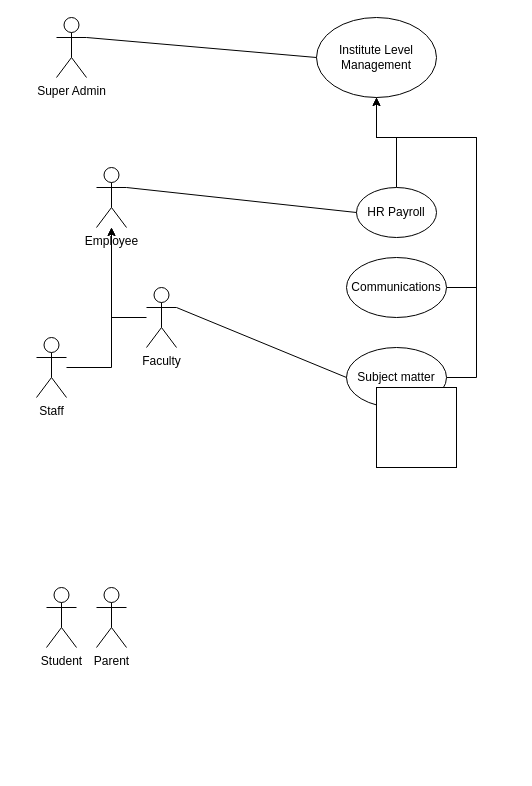
This is Eduga_User_Flow.drawio from prasad-asundi/Project1, a draw.io file, before an edit. Source tidied: cells renumbered, new cells numbered last; positions are measured from the earlier drawing's top-left corner, leaving out a move shared by most shapes. Both pictures are drawn from the tidied source at 100%, with x=0, y=0 at pixel (36, 17).
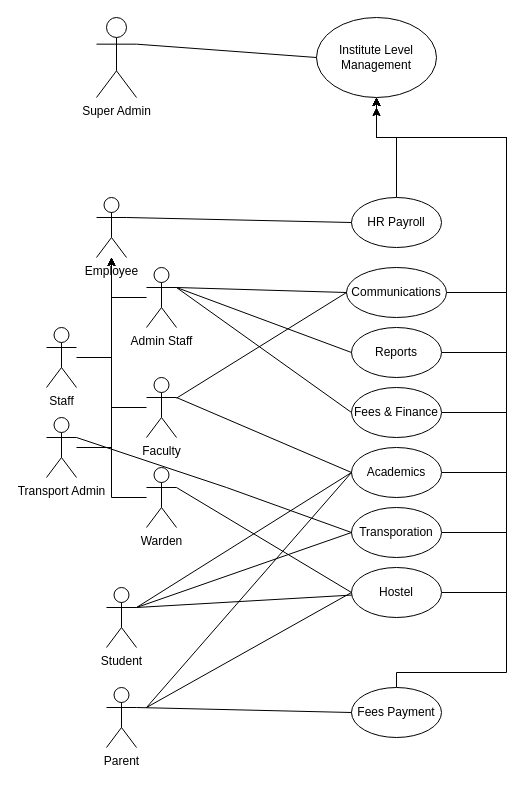
After the change.

Unchanged cells that the change refers to:
```xml
<mxCell id="16" value="Institute Level Management" style="ellipse;whiteSpace=wrap;html=1;" parent="1" vertex="1">
  <mxGeometry x="280" width="120" height="80" as="geometry" />
</mxCell>
```

Change to the diagram source:
```diff
@@
-    <mxCell id="2" value="&lt;div&gt;Super Admin&lt;/div&gt;" style="shape=umlActor;verticalLabelPosition=bottom;verticalAlign=top;html=1;outlineConnect=0;" parent="1" vertex="1">
-      <mxGeometry x="20" width="30" height="60" as="geometry" />
+    <mxCell id="2" value="&lt;div&gt;Super Admin&lt;/div&gt;" style="shape=umlActor;verticalLabelPosition=bottom;verticalAlign=top;html=1;outlineConnect=0;fillColor=light-dark(#FFFFFF,#FF300E);" parent="1" vertex="1">
+      <mxGeometry x="60" width="40" height="80" as="geometry" />
     </mxCell>
@@
     <mxCell id="4" value="HR Payroll" style="ellipse;whiteSpace=wrap;html=1;" parent="1" vertex="1">
-      <mxGeometry x="320" y="170" width="80" height="50" as="geometry" />
+      <mxGeometry x="315" y="180" width="90" height="50" as="geometry" />
     </mxCell>
@@
     <mxCell id="6" value="&lt;div&gt;Faculty&lt;/div&gt;" style="shape=umlActor;verticalLabelPosition=bottom;verticalAlign=top;html=1;outlineConnect=0;" parent="1" vertex="1">
-      <mxGeometry x="110" y="270" width="30" height="60" as="geometry" />
+      <mxGeometry x="110" y="360" width="30" height="60" as="geometry" />
     </mxCell>
     <mxCell id="7" value="Parent" style="shape=umlActor;verticalLabelPosition=bottom;verticalAlign=top;html=1;outlineConnect=0;" parent="1" vertex="1">
-      <mxGeometry x="60" y="570" width="30" height="60" as="geometry" />
+      <mxGeometry x="70" y="670" width="30" height="60" as="geometry" />
     </mxCell>
     <mxCell id="8" value="Student" style="shape=umlActor;verticalLabelPosition=bottom;verticalAlign=top;html=1;outlineConnect=0;" parent="1" vertex="1">
-      <mxGeometry x="10" y="570" width="30" height="60" as="geometry" />
+      <mxGeometry x="70" y="570" width="30" height="60" as="geometry" />
     </mxCell>
@@
     <mxCell id="10" value="Staff" style="shape=umlActor;verticalLabelPosition=bottom;verticalAlign=top;html=1;outlineConnect=0;" parent="1" vertex="1">
-      <mxGeometry y="320" width="30" height="60" as="geometry" />
+      <mxGeometry x="10" y="310" width="30" height="60" as="geometry" />
     </mxCell>
     <mxCell id="11" value="Employee" style="shape=umlActor;verticalLabelPosition=bottom;verticalAlign=top;html=1;outlineConnect=0;" parent="1" vertex="1">
-      <mxGeometry x="60" y="150" width="30" height="60" as="geometry" />
+      <mxGeometry x="60" y="180" width="30" height="60" as="geometry" />
     </mxCell>
@@
-    <mxCell id="13" style="edgeStyle=orthogonalEdgeStyle;rounded=0;jettySize=auto;html=1;" parent="1" edge="1" source="14">
-      <mxGeometry relative="1" as="geometry">
-        <mxPoint x="340" y="70" as="targetPoint" />
-        <Array as="points">
-          <mxPoint x="440" y="360" />
-          <mxPoint x="440" y="120" />
-          <mxPoint x="340" y="120" />
-        </Array>
-      </mxGeometry>
-    </mxCell>
+    <mxCell id="21" style="edgeStyle=orthogonalEdgeStyle;rounded=0;jettySize=auto;html=1;" parent="1" edge="1" source="14">
+      <mxGeometry relative="1" as="geometry">
+        <mxPoint x="340" y="80" as="targetPoint" />
+        <Array as="points">
+          <mxPoint x="470" y="455" />
+          <mxPoint x="470" y="120" />
+          <mxPoint x="340" y="120" />
+        </Array>
+      </mxGeometry>
+    </mxCell>
-    <mxCell id="14" value="Subject matter" style="ellipse;whiteSpace=wrap;html=1;" parent="1" vertex="1">
-      <mxGeometry x="310" y="330" width="100" height="60" as="geometry" />
+    <mxCell id="14" value="Academics" style="ellipse;whiteSpace=wrap;html=1;" parent="1" vertex="1">
+      <mxGeometry x="315" y="430" width="90" height="50" as="geometry" />
     </mxCell>
@@
     <mxCell id="18" style="edgeStyle=orthogonalEdgeStyle;rounded=0;jettySize=auto;html=1;" parent="1" edge="1" source="19" target="16">
       <mxGeometry relative="1" as="geometry">
         <Array as="points">
-          <mxPoint x="440" y="270" />
-          <mxPoint x="440" y="120" />
+          <mxPoint x="470" y="275" />
+          <mxPoint x="470" y="120" />
           <mxPoint x="340" y="120" />
         </Array>
       </mxGeometry>
     </mxCell>
     <mxCell id="19" value="Communications" style="ellipse;whiteSpace=wrap;html=1;" parent="1" vertex="1">
-      <mxGeometry x="310" y="240" width="100" height="60" as="geometry" />
+      <mxGeometry x="310" y="250" width="100" height="50" as="geometry" />
     </mxCell>
-    <mxCell id="20" style="whiteSpace=wrap;html=1;" parent="1" vertex="1">
-      <mxGeometry x="340" y="370" width="80" height="80" as="geometry" />
-    </mxCell>
+    <mxCell id="22" style="edgeStyle=orthogonalEdgeStyle;rounded=0;jettySize=auto;html=1;" parent="1" edge="1" source="23">
+      <mxGeometry relative="1" as="geometry">
+        <mxPoint x="340" y="90" as="targetPoint" />
+        <Array as="points">
+          <mxPoint x="470" y="655" />
+          <mxPoint x="470" y="120" />
+          <mxPoint x="340" y="120" />
+        </Array>
+      </mxGeometry>
+    </mxCell>
+    <mxCell id="23" value="Fees Payment" style="ellipse;whiteSpace=wrap;html=1;" parent="1" vertex="1">
+      <mxGeometry x="315" y="670" width="90" height="50" as="geometry" />
+    </mxCell>
+    <mxCell id="24" style="edgeStyle=orthogonalEdgeStyle;rounded=0;jettySize=auto;html=1;entryX=0.5;entryY=1;entryDx=0;entryDy=0;" parent="1" edge="1" source="25" target="16">
+      <mxGeometry relative="1" as="geometry">
+        <Array as="points">
+          <mxPoint x="470" y="515" />
+          <mxPoint x="470" y="120" />
+          <mxPoint x="340" y="120" />
+        </Array>
+      </mxGeometry>
+    </mxCell>
+    <mxCell id="25" value="&lt;div&gt;Transporation&lt;/div&gt;" style="ellipse;whiteSpace=wrap;html=1;" parent="1" vertex="1">
+      <mxGeometry x="315" y="490" width="90" height="50" as="geometry" />
+    </mxCell>
+    <mxCell id="26" style="edgeStyle=orthogonalEdgeStyle;rounded=0;jettySize=auto;html=1;" parent="1" edge="1" source="27">
+      <mxGeometry relative="1" as="geometry">
+        <mxPoint x="340" y="90" as="targetPoint" />
+        <Array as="points">
+          <mxPoint x="470" y="575" />
+          <mxPoint x="470" y="120" />
+          <mxPoint x="340" y="120" />
+        </Array>
+      </mxGeometry>
+    </mxCell>
+    <mxCell id="27" value="Hostel" style="ellipse;whiteSpace=wrap;html=1;" parent="1" vertex="1">
+      <mxGeometry x="315" y="550" width="90" height="50" as="geometry" />
+    </mxCell>
+    <mxCell id="28" style="edgeStyle=orthogonalEdgeStyle;rounded=0;jettySize=auto;html=1;entryX=0.5;entryY=1;entryDx=0;entryDy=0;" parent="1" edge="1" source="29" target="16">
+      <mxGeometry relative="1" as="geometry">
+        <Array as="points">
+          <mxPoint x="470" y="395" />
+          <mxPoint x="470" y="120" />
+          <mxPoint x="340" y="120" />
+        </Array>
+      </mxGeometry>
+    </mxCell>
+    <mxCell id="29" value="Fees &amp;amp; Finance" style="ellipse;whiteSpace=wrap;html=1;" parent="1" vertex="1">
+      <mxGeometry x="315" y="370" width="90" height="50" as="geometry" />
+    </mxCell>
+    <mxCell id="30" style="edgeStyle=orthogonalEdgeStyle;rounded=0;jettySize=auto;html=1;exitX=1;exitY=0.5;exitDx=0;exitDy=0;" parent="1" edge="1" source="31">
+      <mxGeometry relative="1" as="geometry">
+        <mxPoint x="340" y="80" as="targetPoint" />
+        <Array as="points">
+          <mxPoint x="470" y="335" />
+          <mxPoint x="470" y="120" />
+          <mxPoint x="340" y="120" />
+        </Array>
+      </mxGeometry>
+    </mxCell>
+    <mxCell id="31" value="Reports" style="ellipse;whiteSpace=wrap;html=1;" parent="1" vertex="1">
+      <mxGeometry x="315" y="310" width="90" height="50" as="geometry" />
+    </mxCell>
+    <mxCell id="32" style="edgeStyle=orthogonalEdgeStyle;rounded=0;jettySize=auto;html=1;" parent="1" edge="1" source="33" target="11">
+      <mxGeometry relative="1" as="geometry" />
+    </mxCell>
+    <mxCell id="33" value="Admin Staff" style="shape=umlActor;verticalLabelPosition=bottom;verticalAlign=top;html=1;outlineConnect=0;" parent="1" vertex="1">
+      <mxGeometry x="110" y="250" width="30" height="60" as="geometry" />
+    </mxCell>
+    <mxCell id="34" style="endArrow=none;html=1;rounded=0;exitX=1;exitY=0.3333333333333333;exitDx=0;exitDy=0;exitPerimeter=0;entryX=0;entryY=0.5;entryDx=0;entryDy=0;" parent="1" edge="1" source="33" target="19">
+      <mxGeometry relative="1" as="geometry" />
+    </mxCell>
+    <mxCell id="35" style="endArrow=none;html=1;rounded=0;entryX=0;entryY=0.5;entryDx=0;entryDy=0;" parent="1" edge="1" source="6" target="19">
+      <mxGeometry relative="1" as="geometry" />
+    </mxCell>
+    <mxCell id="36" style="endArrow=none;html=1;rounded=0;entryX=0;entryY=0.5;entryDx=0;entryDy=0;" parent="1" edge="1" target="31">
+      <mxGeometry relative="1" as="geometry">
+        <mxPoint x="140" y="270" as="sourcePoint" />
+      </mxGeometry>
+    </mxCell>
+    <mxCell id="37" style="endArrow=none;html=1;rounded=0;entryX=0;entryY=0.5;entryDx=0;entryDy=0;" parent="1" edge="1" target="29">
+      <mxGeometry relative="1" as="geometry">
+        <mxPoint x="140" y="270" as="sourcePoint" />
+      </mxGeometry>
+    </mxCell>
+    <mxCell id="38" style="edgeStyle=orthogonalEdgeStyle;rounded=0;jettySize=auto;html=1;" parent="1" edge="1" source="39" target="11">
+      <mxGeometry relative="1" as="geometry" />
+    </mxCell>
+    <mxCell id="39" value="&lt;div&gt;Warden&lt;/div&gt;" style="shape=umlActor;verticalLabelPosition=bottom;verticalAlign=top;html=1;outlineConnect=0;" parent="1" vertex="1">
+      <mxGeometry x="110" y="450" width="30" height="60" as="geometry" />
+    </mxCell>
+    <mxCell id="40" style="edgeStyle=orthogonalEdgeStyle;rounded=0;jettySize=auto;html=1;" parent="1" edge="1" source="41" target="11">
+      <mxGeometry relative="1" as="geometry" />
+    </mxCell>
+    <mxCell id="41" value="Transport Admin" style="shape=umlActor;verticalLabelPosition=bottom;verticalAlign=top;html=1;outlineConnect=0;" parent="1" vertex="1">
+      <mxGeometry x="10" y="400" width="30" height="60" as="geometry" />
+    </mxCell>
+    <mxCell id="42" style="endArrow=none;html=1;rounded=0;entryX=0;entryY=0.5;entryDx=0;entryDy=0;exitX=1;exitY=0.3333333333333333;exitDx=0;exitDy=0;exitPerimeter=0;" parent="1" edge="1" source="41" target="25">
+      <mxGeometry relative="1" as="geometry">
+        <Array as="points">
+          <mxPoint x="190" y="470" />
+        </Array>
+      </mxGeometry>
+    </mxCell>
+    <mxCell id="43" style="endArrow=none;html=1;rounded=0;entryX=0;entryY=0.5;entryDx=0;entryDy=0;exitX=1;exitY=0.3333333333333333;exitDx=0;exitDy=0;exitPerimeter=0;" parent="1" edge="1" source="39" target="27">
+      <mxGeometry relative="1" as="geometry" />
+    </mxCell>
+    <mxCell id="44" style="endArrow=none;html=1;rounded=0;entryX=0;entryY=0.5;entryDx=0;entryDy=0;exitX=1;exitY=0.3333333333333333;exitDx=0;exitDy=0;exitPerimeter=0;" parent="1" edge="1" source="8" target="14">
+      <mxGeometry relative="1" as="geometry" />
+    </mxCell>
+    <mxCell id="45" style="endArrow=none;html=1;rounded=0;entryX=0;entryY=0.5;entryDx=0;entryDy=0;" parent="1" edge="1" target="25">
+      <mxGeometry relative="1" as="geometry">
+        <mxPoint x="100" y="590" as="sourcePoint" />
+      </mxGeometry>
+    </mxCell>
+    <mxCell id="46" style="endArrow=none;html=1;rounded=0;" parent="1" edge="1" target="27">
+      <mxGeometry relative="1" as="geometry">
+        <mxPoint x="100" y="590" as="sourcePoint" />
+      </mxGeometry>
+    </mxCell>
+    <mxCell id="47" style="endArrow=none;html=1;rounded=0;exitX=1;exitY=0.3333333333333333;exitDx=0;exitDy=0;exitPerimeter=0;entryX=0;entryY=0.5;entryDx=0;entryDy=0;" parent="1" edge="1" source="7" target="23">
+      <mxGeometry relative="1" as="geometry" />
+    </mxCell>
+    <mxCell id="48" style="endArrow=none;html=1;rounded=0;entryX=0;entryY=0.5;entryDx=0;entryDy=0;" parent="1" edge="1" target="27">
+      <mxGeometry relative="1" as="geometry">
+        <mxPoint x="110" y="690" as="sourcePoint" />
+      </mxGeometry>
+    </mxCell>
+    <mxCell id="49" style="endArrow=none;html=1;rounded=0;entryX=0;entryY=0.5;entryDx=0;entryDy=0;" parent="1" edge="1" target="14">
+      <mxGeometry relative="1" as="geometry">
+        <mxPoint x="110" y="690" as="sourcePoint" />
+      </mxGeometry>
+    </mxCell>
```
